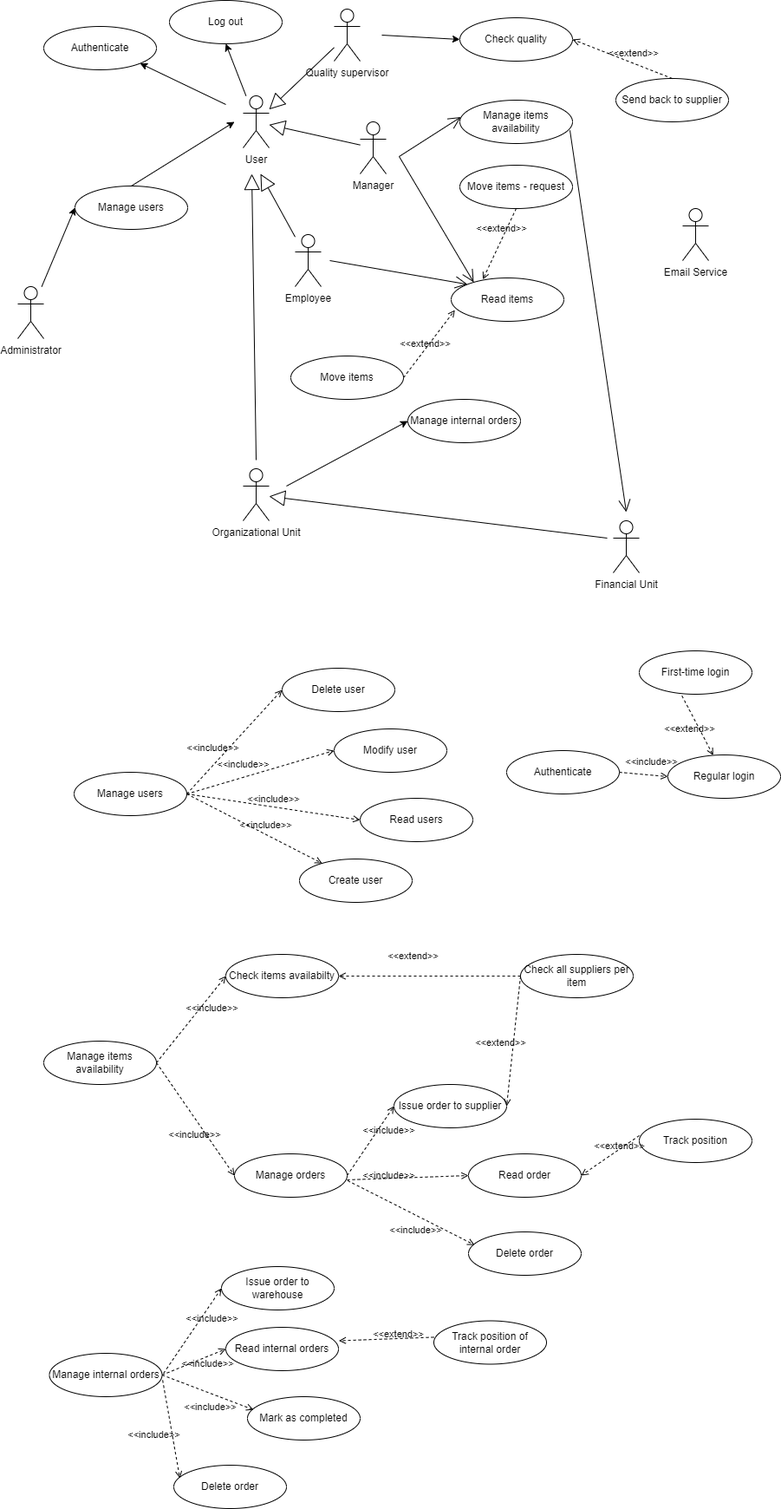
Above: diagrams/UCDiagram.drawio.png in Guarecuco/EzWh (draw.io), before the change. Source tidied: cells renumbered, new cells last; positions are measured from the earlier drawing's top-left corner, leaving out a move shared by most shapes.
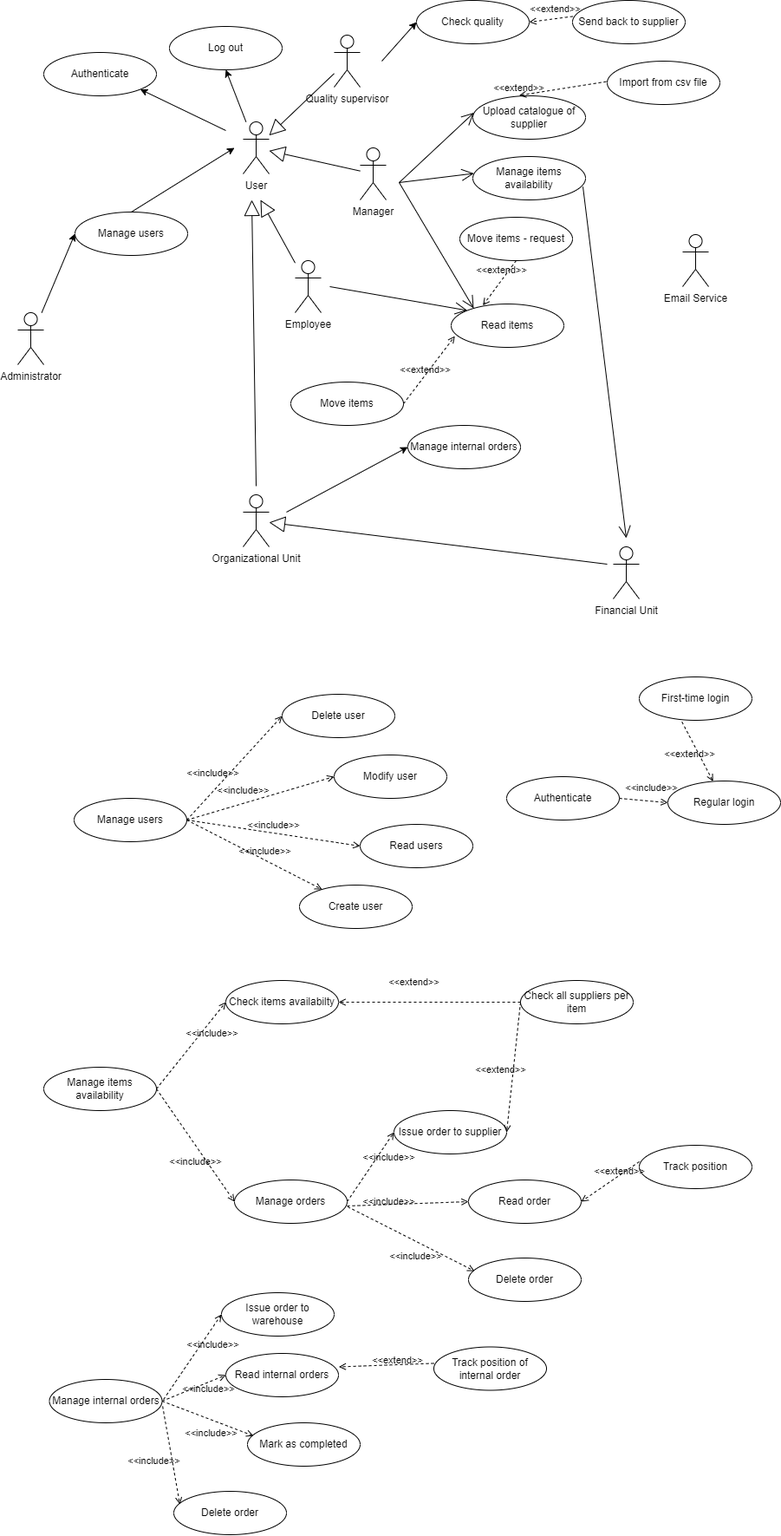
The same diagram one commit later.

Commit message:
Added UCs + updated UCs Diagram

Diff of the diagram source:
```diff
@@ -58,7 +58,7 @@
       <mxGeometry relative="1" as="geometry" />
     </mxCell>
     <mxCell id="19" value="Manage items availability" style="ellipse;whiteSpace=wrap;html=1;" parent="1" vertex="1">
-      <mxGeometry x="510" y="115" width="130" height="50" as="geometry" />
+      <mxGeometry x="525" y="150" width="130" height="50" as="geometry" />
     </mxCell>
     <mxCell id="20" style="endArrow=open;endFill=1;endSize=12;html=1;entryX=0.009;entryY=0.39;entryDx=0;entryDy=0;entryPerimeter=0;" parent="1" edge="1" target="19">
       <mxGeometry relative="1" as="geometry">
@@ -134,7 +134,7 @@
       <mxGeometry relative="1" as="geometry" />
     </mxCell>
     <mxCell id="43" value="Check quality" style="ellipse;whiteSpace=wrap;html=1;" parent="1" vertex="1">
-      <mxGeometry x="510" y="20" width="130" height="50" as="geometry" />
+      <mxGeometry x="460" y="-30" width="130" height="50" as="geometry" />
     </mxCell>
     <mxCell id="44" style="endArrow=classic;html=1;entryX=0;entryY=0.5;entryDx=0;entryDy=0;" parent="1" edge="1" target="43">
       <mxGeometry relative="1" as="geometry">
@@ -142,9 +142,9 @@
       </mxGeometry>
     </mxCell>
     <mxCell id="45" value="Send back to supplier" style="ellipse;whiteSpace=wrap;html=1;" parent="1" vertex="1">
-      <mxGeometry x="690" y="90" width="130" height="50" as="geometry" />
+      <mxGeometry x="640" y="-30" width="130" height="50" as="geometry" />
     </mxCell>
-    <mxCell id="46" value="&amp;lt;&amp;lt;extend&amp;gt;&amp;gt;" style="html=1;verticalAlign=bottom;labelBackgroundColor=none;endArrow=open;endFill=0;dashed=1;exitX=0.5;exitY=0;exitDx=0;exitDy=0;entryX=1;entryY=0.5;entryDx=0;entryDy=0;" parent="1" edge="1" source="45" target="43">
+    <mxCell id="46" value="&amp;lt;&amp;lt;extend&amp;gt;&amp;gt;" style="html=1;verticalAlign=bottom;labelBackgroundColor=none;endArrow=open;endFill=0;dashed=1;exitX=0.002;exitY=0.369;exitDx=0;exitDy=0;entryX=1;entryY=0.5;entryDx=0;entryDy=0;exitPerimeter=0;" parent="1" edge="1" source="45" target="43">
       <mxGeometry x="-0.2" y="-2" relative="1" as="geometry" />
     </mxCell>
     <mxCell id="47" value="Manage internal orders" style="ellipse;whiteSpace=wrap;html=1;" parent="1" vertex="1">
@@ -229,7 +229,7 @@
       </mxGeometry>
     </mxCell>
     <mxCell id="69" value="Move items - request" style="ellipse;whiteSpace=wrap;html=1;" parent="1" vertex="1">
-      <mxGeometry x="510" y="190" width="130" height="50" as="geometry" />
+      <mxGeometry x="510" y="220" width="130" height="50" as="geometry" />
     </mxCell>
     <mxCell id="70" style="endArrow=classic;html=1;exitX=0.5;exitY=0;exitDx=0;exitDy=0;" parent="1" edge="1" source="2">
       <mxGeometry relative="1" as="geometry">
@@ -262,5 +262,19 @@
     <mxCell id="78" value="Email Service" style="shape=umlActor;verticalLabelPosition=bottom;verticalAlign=top;html=1;" parent="1" vertex="1">
       <mxGeometry x="767" y="240" width="30" height="60" as="geometry" />
     </mxCell>
+    <mxCell id="79" value="Upload catalogue of supplier" style="ellipse;whiteSpace=wrap;html=1;" parent="1" vertex="1">
+      <mxGeometry x="525" y="80" width="130" height="50" as="geometry" />
+    </mxCell>
+    <mxCell id="80" style="endArrow=open;endFill=1;endSize=12;html=1;entryX=0.009;entryY=0.39;entryDx=0;entryDy=0;entryPerimeter=0;" parent="1" edge="1" target="79">
+      <mxGeometry relative="1" as="geometry">
+        <mxPoint x="440" y="180" as="sourcePoint" />
+      </mxGeometry>
+    </mxCell>
+    <mxCell id="81" value="Import from csv file" style="ellipse;whiteSpace=wrap;html=1;" parent="1" vertex="1">
+      <mxGeometry x="680" y="40" width="130" height="50" as="geometry" />
+    </mxCell>
+    <mxCell id="82" value="&amp;lt;&amp;lt;extend&amp;gt;&amp;gt;" style="html=1;verticalAlign=bottom;labelBackgroundColor=none;endArrow=open;endFill=0;dashed=1;exitX=-0.009;exitY=0.473;exitDx=0;exitDy=0;entryX=0.411;entryY=-0.009;entryDx=0;entryDy=0;entryPerimeter=0;exitPerimeter=0;" parent="1" edge="1" source="81" target="79">
+      <mxGeometry x="1" relative="1" as="geometry" />
+    </mxCell>
   </root>
 </mxGraphModel>
```
